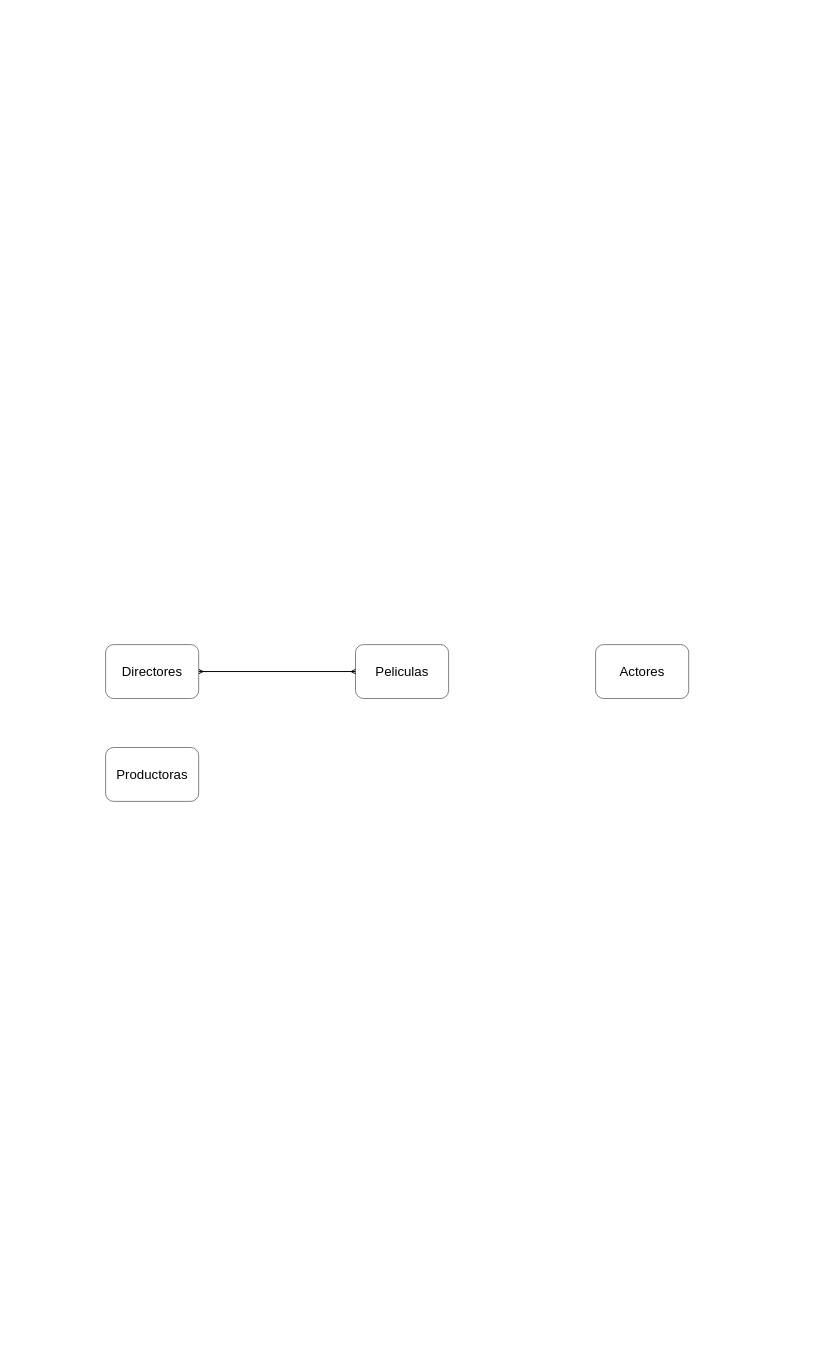
Earlier version of the draw.io diagram Diagrama sin título.drawio (EmanuelRigo/pre-entrega-1-sql-coderhouse). Source tidied: cells renumbered, new cells numbered last; positions are measured from the earlier drawing's top-left corner, leaving out a move shared by most shapes. Both pictures are drawn from the tidied source at 49%, with x=0, y=0 at pixel (105, 644).
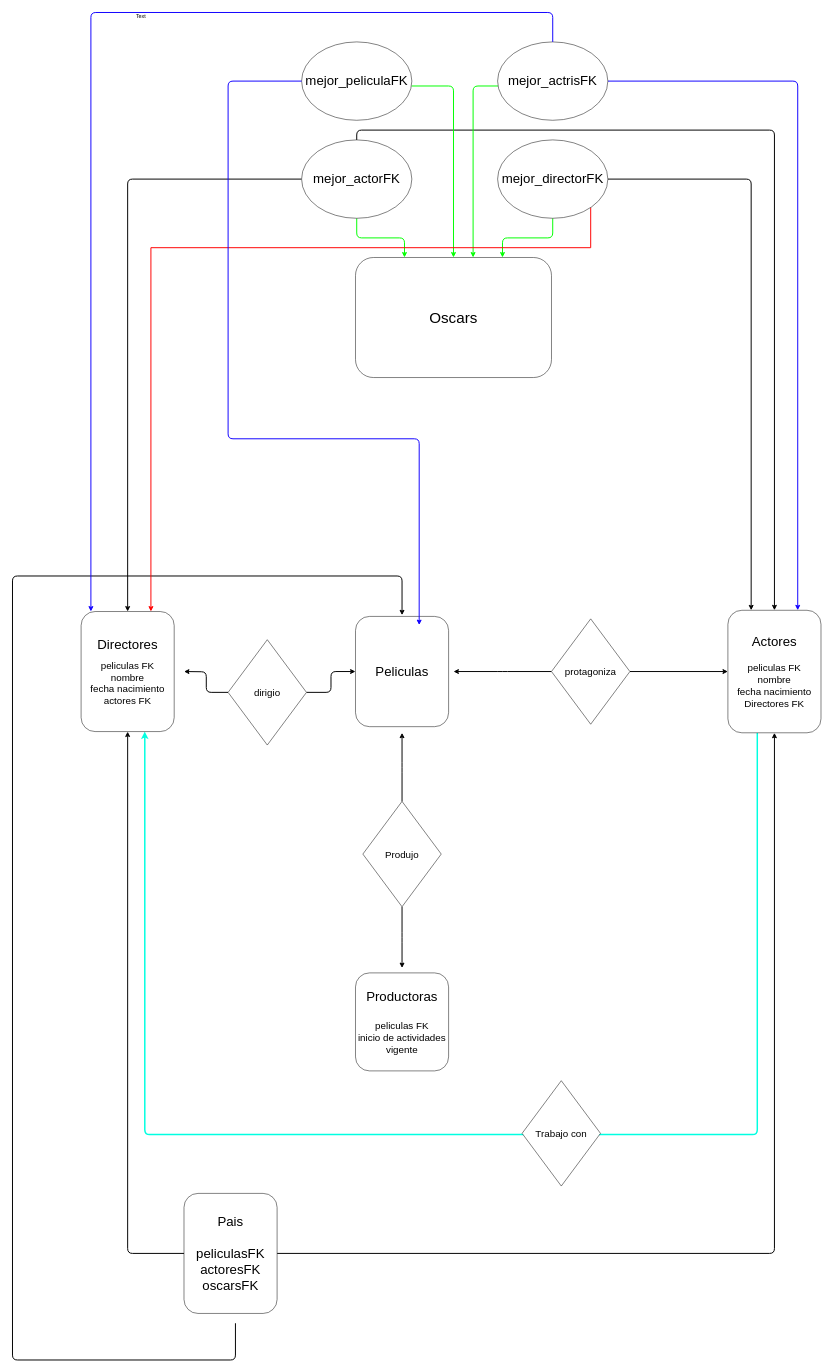
After the change.

Commit message:
creando diagrama

Change to the diagram source:
```diff
@@
     <mxCell id="2" value="&lt;font style=&quot;font-size: 27px;&quot;&gt;Peliculas&lt;/font&gt;" style="rounded=1;whiteSpace=wrap;html=1;" parent="1" vertex="1">
-      <mxGeometry x="510" width="190" height="110" as="geometry" />
+      <mxGeometry x="510" y="-57.5" width="190" height="225" as="geometry" />
     </mxCell>
+    <mxCell id="7" style="edgeStyle=orthogonalEdgeStyle;rounded=1;jettySize=auto;html=1;strokeColor=#00ffe1;strokeWidth=3;curved=0;" parent="1" edge="1" source="3" target="5">
+      <mxGeometry relative="1" as="geometry">
+        <Array as="points">
+          <mxPoint x="1330" y="1000" />
+          <mxPoint x="80" y="1000" />
+        </Array>
+      </mxGeometry>
+    </mxCell>
-    <mxCell id="3" value="&lt;span style=&quot;font-size: 27px;&quot;&gt;Actores&lt;/span&gt;" style="rounded=1;whiteSpace=wrap;html=1;" parent="1" vertex="1">
-      <mxGeometry x="1000" width="190" height="110" as="geometry" />
+    <mxCell id="3" value="&lt;span style=&quot;font-size: 27px;&quot;&gt;Actores&lt;/span&gt;&lt;div style=&quot;font-size: 20px;&quot;&gt;&lt;span style=&quot;&quot;&gt;&lt;br&gt;&lt;/span&gt;&lt;/div&gt;&lt;div style=&quot;font-size: 20px;&quot;&gt;peliculas FK&lt;/div&gt;&lt;div style=&quot;font-size: 20px;&quot;&gt;nombre&lt;/div&gt;&lt;div style=&quot;font-size: 20px;&quot;&gt;fecha nacimiento&lt;/div&gt;&lt;div style=&quot;font-size: 20px;&quot;&gt;Directores FK&lt;/div&gt;" style="rounded=1;whiteSpace=wrap;html=1;" parent="1" vertex="1">
+      <mxGeometry x="1270" y="-70" width="190" height="250" as="geometry" />
     </mxCell>
-    <mxCell id="4" style="edgeStyle=orthogonalEdgeStyle;rounded=0;jettySize=auto;html=1;entryX=0;entryY=0.5;entryDx=0;entryDy=0;endArrow=ERmany;endFill=0;strokeWidth=2;startArrow=ERmany;startFill=0;" parent="1" edge="1" source="5" target="2">
-      <mxGeometry relative="1" as="geometry" />
-    </mxCell>
-    <mxCell id="5" value="&lt;font style=&quot;font-size: 27px;&quot;&gt;Directores&lt;/font&gt;" style="rounded=1;whiteSpace=wrap;html=1;" parent="1" vertex="1">
-      <mxGeometry width="190" height="110" as="geometry" />
+    <mxCell id="5" value="&lt;font style=&quot;font-size: 27px;&quot;&gt;Directores&lt;/font&gt;&lt;div&gt;&lt;br&gt;&lt;/div&gt;&lt;div style=&quot;font-size: 20px;&quot;&gt;&lt;div&gt;&lt;font style=&quot;font-size: 20px;&quot;&gt;peliculas FK&lt;/font&gt;&lt;/div&gt;&lt;div&gt;&lt;span style=&quot;&quot;&gt;nombre&lt;/span&gt;&lt;/div&gt;&lt;div&gt;&lt;span style=&quot;&quot;&gt;fecha nacimiento&lt;/span&gt;&lt;/div&gt;&lt;div&gt;&lt;span style=&quot;&quot;&gt;actores FK&lt;/span&gt;&lt;/div&gt;&lt;/div&gt;" style="rounded=1;whiteSpace=wrap;html=1;" parent="1" vertex="1">
+      <mxGeometry x="-50" y="-67.5" width="190" height="245" as="geometry" />
     </mxCell>
-    <mxCell id="6" value="&lt;font style=&quot;font-size: 27px;&quot;&gt;Productoras&lt;/font&gt;" style="rounded=1;whiteSpace=wrap;html=1;" parent="1" vertex="1">
-      <mxGeometry y="210" width="190" height="110" as="geometry" />
+    <mxCell id="6" value="&lt;font style=&quot;font-size: 27px;&quot;&gt;Productoras&lt;/font&gt;&lt;div&gt;&lt;font style=&quot;font-size: 27px;&quot;&gt;&lt;br&gt;&lt;/font&gt;&lt;/div&gt;&lt;div style=&quot;font-size: 20px;&quot;&gt;peliculas FK&lt;/div&gt;&lt;div style=&quot;font-size: 20px;&quot;&gt;inicio de actividades&lt;/div&gt;&lt;div style=&quot;font-size: 20px;&quot;&gt;vigente&lt;/div&gt;" style="rounded=1;whiteSpace=wrap;html=1;" parent="1" vertex="1">
+      <mxGeometry x="510" y="670" width="190" height="200" as="geometry" />
     </mxCell>
+    <mxCell id="8" style="edgeStyle=orthogonalEdgeStyle;rounded=0;orthogonalLoop=1;jettySize=auto;html=1;exitX=0.5;exitY=1;exitDx=0;exitDy=0;" parent="1" edge="1" source="5" target="5">
+      <mxGeometry relative="1" as="geometry" />
+    </mxCell>
+    <mxCell id="9" style="edgeStyle=orthogonalEdgeStyle;rounded=1;jettySize=auto;html=1;entryX=0;entryY=0.5;entryDx=0;entryDy=0;strokeWidth=2;curved=0;" parent="1" edge="1" source="11" target="3">
+      <mxGeometry relative="1" as="geometry" />
+    </mxCell>
+    <mxCell id="10" style="edgeStyle=orthogonalEdgeStyle;rounded=1;jettySize=auto;html=1;strokeWidth=2;curved=0;" parent="1" edge="1" source="11">
+      <mxGeometry relative="1" as="geometry">
+        <mxPoint x="710" y="55" as="targetPoint" />
+      </mxGeometry>
+    </mxCell>
+    <mxCell id="11" value="&lt;span style=&quot;font-size: 20px;&quot;&gt;protagoniza&lt;/span&gt;" style="rhombus;whiteSpace=wrap;html=1;" parent="1" vertex="1">
+      <mxGeometry x="910" y="-52.5" width="160" height="215" as="geometry" />
+    </mxCell>
+    <mxCell id="12" style="edgeStyle=orthogonalEdgeStyle;rounded=1;jettySize=auto;html=1;strokeWidth=2;curved=0;" parent="1" edge="1" source="14">
+      <mxGeometry relative="1" as="geometry">
+        <mxPoint x="605" y="660" as="targetPoint" />
+      </mxGeometry>
+    </mxCell>
+    <mxCell id="13" style="edgeStyle=orthogonalEdgeStyle;rounded=1;jettySize=auto;html=1;strokeWidth=2;curved=0;" parent="1" edge="1" source="14">
+      <mxGeometry relative="1" as="geometry">
+        <mxPoint x="605" y="180" as="targetPoint" />
+      </mxGeometry>
+    </mxCell>
+    <mxCell id="14" value="&lt;span style=&quot;font-size: 20px;&quot;&gt;Produjo&lt;/span&gt;" style="rhombus;whiteSpace=wrap;html=1;" parent="1" vertex="1">
+      <mxGeometry x="525" y="320" width="160" height="215" as="geometry" />
+    </mxCell>
+    <mxCell id="15" style="edgeStyle=orthogonalEdgeStyle;rounded=1;jettySize=auto;html=1;entryX=0;entryY=0.5;entryDx=0;entryDy=0;strokeWidth=2;curved=0;" parent="1" edge="1" source="17" target="2">
+      <mxGeometry relative="1" as="geometry" />
+    </mxCell>
+    <mxCell id="16" style="edgeStyle=orthogonalEdgeStyle;rounded=1;jettySize=auto;html=1;strokeWidth=2;curved=0;" parent="1" edge="1" source="17">
+      <mxGeometry relative="1" as="geometry">
+        <mxPoint x="160" y="55" as="targetPoint" />
+      </mxGeometry>
+    </mxCell>
+    <mxCell id="17" value="&lt;span style=&quot;font-size: 20px;&quot;&gt;dirigio&lt;/span&gt;" style="rhombus;whiteSpace=wrap;html=1;" parent="1" vertex="1">
+      <mxGeometry x="250" y="-10" width="160" height="215" as="geometry" />
+    </mxCell>
+    <mxCell id="18" style="edgeStyle=orthogonalEdgeStyle;rounded=1;jettySize=auto;html=1;strokeWidth=2;curved=0;" parent="1" edge="1" source="21" target="5">
+      <mxGeometry relative="1" as="geometry" />
+    </mxCell>
+    <mxCell id="19" style="edgeStyle=orthogonalEdgeStyle;rounded=1;orthogonalLoop=1;jettySize=auto;html=1;strokeWidth=2;curved=0;" parent="1" edge="1">
+      <mxGeometry relative="1" as="geometry">
+        <mxPoint x="265" y="1385" as="sourcePoint" />
+        <mxPoint x="605" y="-60" as="targetPoint" />
+        <Array as="points">
+          <mxPoint x="265" y="1460" />
+          <mxPoint x="-190" y="1460" />
+          <mxPoint x="-190" y="-140" />
+          <mxPoint x="605" y="-140" />
+        </Array>
+      </mxGeometry>
+    </mxCell>
+    <mxCell id="20" style="edgeStyle=orthogonalEdgeStyle;rounded=1;jettySize=auto;html=1;strokeWidth=2;curved=0;" parent="1" edge="1" source="21" target="3">
+      <mxGeometry relative="1" as="geometry" />
+    </mxCell>
+    <mxCell id="21" value="&lt;span style=&quot;font-size: 27px;&quot;&gt;Pais&lt;/span&gt;&lt;div&gt;&lt;span style=&quot;font-size: 27px;&quot;&gt;&lt;br&gt;&lt;/span&gt;&lt;/div&gt;&lt;div&gt;&lt;span style=&quot;font-size: 27px;&quot;&gt;peliculasFK&lt;/span&gt;&lt;/div&gt;&lt;div&gt;&lt;span style=&quot;font-size: 27px;&quot;&gt;actoresFK&lt;/span&gt;&lt;/div&gt;&lt;div&gt;&lt;span style=&quot;font-size: 27px;&quot;&gt;oscarsFK&lt;/span&gt;&lt;/div&gt;" style="rounded=1;whiteSpace=wrap;html=1;" parent="1" vertex="1">
+      <mxGeometry x="160" y="1120" width="190" height="245" as="geometry" />
+    </mxCell>
+    <mxCell id="22" style="edgeStyle=orthogonalEdgeStyle;rounded=0;orthogonalLoop=1;jettySize=auto;html=1;exitX=0.5;exitY=1;exitDx=0;exitDy=0;" parent="1" edge="1" source="21" target="21">
+      <mxGeometry relative="1" as="geometry" />
+    </mxCell>
+    <mxCell id="23" value="&lt;font style=&quot;font-size: 31px;&quot;&gt;Oscars&lt;/font&gt;" style="rounded=1;whiteSpace=wrap;html=1;" parent="1" vertex="1">
+      <mxGeometry x="510" y="-790" width="400" height="245" as="geometry" />
+    </mxCell>
+    <mxCell id="24" style="edgeStyle=orthogonalEdgeStyle;rounded=0;orthogonalLoop=1;jettySize=auto;html=1;exitX=0.5;exitY=1;exitDx=0;exitDy=0;" parent="1" edge="1" source="23" target="23">
+      <mxGeometry relative="1" as="geometry" />
+    </mxCell>
+    <mxCell id="25" style="edgeStyle=orthogonalEdgeStyle;rounded=1;jettySize=auto;html=1;entryX=0.25;entryY=0;entryDx=0;entryDy=0;strokeColor=#00FF00;strokeWidth=2;curved=0;" parent="1" edge="1" source="28" target="23">
+      <mxGeometry relative="1" as="geometry" />
+    </mxCell>
+    <mxCell id="26" style="edgeStyle=orthogonalEdgeStyle;rounded=1;jettySize=auto;html=1;strokeWidth=2;curved=0;" parent="1" edge="1" source="28" target="3">
+      <mxGeometry relative="1" as="geometry">
+        <Array as="points">
+          <mxPoint x="513" y="-1050" />
+          <mxPoint x="1365" y="-1050" />
+        </Array>
+      </mxGeometry>
+    </mxCell>
+    <mxCell id="27" style="edgeStyle=orthogonalEdgeStyle;rounded=1;jettySize=auto;html=1;strokeWidth=2;curved=0;" parent="1" edge="1" source="28" target="5">
+      <mxGeometry relative="1" as="geometry" />
+    </mxCell>
+    <mxCell id="28" value="&lt;span style=&quot;font-size: 27px;&quot;&gt;mejor_actorFK&lt;/span&gt;" style="ellipse;whiteSpace=wrap;html=1;" parent="1" vertex="1">
+      <mxGeometry x="400" y="-1030" width="225" height="160" as="geometry" />
+    </mxCell>
+    <mxCell id="29" style="edgeStyle=orthogonalEdgeStyle;rounded=1;jettySize=auto;html=1;fillColor=#dae8fc;strokeColor=#00FF00;strokeWidth=2;curved=0;" parent="1" edge="1" source="31" target="23">
+      <mxGeometry relative="1" as="geometry">
+        <Array as="points">
+          <mxPoint x="750" y="-1140" />
+        </Array>
+      </mxGeometry>
+    </mxCell>
+    <mxCell id="30" style="edgeStyle=orthogonalEdgeStyle;rounded=1;jettySize=auto;html=1;entryX=0.75;entryY=0;entryDx=0;entryDy=0;fillColor=#f8cecc;strokeColor=#1100ff;strokeWidth=2;curved=0;" parent="1" edge="1" source="31" target="3">
+      <mxGeometry relative="1" as="geometry" />
+    </mxCell>
+    <mxCell id="31" value="&lt;span style=&quot;font-size: 27px;&quot;&gt;mejor_actrisFK&lt;/span&gt;" style="ellipse;whiteSpace=wrap;html=1;" parent="1" vertex="1">
+      <mxGeometry x="800" y="-1230" width="225" height="160" as="geometry" />
+    </mxCell>
+    <mxCell id="32" style="edgeStyle=orthogonalEdgeStyle;rounded=1;jettySize=auto;html=1;strokeColor=#00FF00;strokeWidth=2;curved=0;" parent="1" edge="1" source="33" target="23">
+      <mxGeometry relative="1" as="geometry">
+        <Array as="points">
+          <mxPoint x="710" y="-1140" />
+        </Array>
+      </mxGeometry>
+    </mxCell>
+    <mxCell id="33" value="&lt;span style=&quot;font-size: 27px;&quot;&gt;mejor_peliculaFK&lt;/span&gt;" style="ellipse;whiteSpace=wrap;html=1;" parent="1" vertex="1">
+      <mxGeometry x="400" y="-1230" width="225" height="160" as="geometry" />
+    </mxCell>
+    <mxCell id="34" style="edgeStyle=orthogonalEdgeStyle;rounded=1;jettySize=auto;html=1;entryX=0.75;entryY=0;entryDx=0;entryDy=0;strokeColor=#00FF00;strokeWidth=2;curved=0;" parent="1" edge="1" source="37" target="23">
+      <mxGeometry relative="1" as="geometry" />
+    </mxCell>
+    <mxCell id="35" style="edgeStyle=orthogonalEdgeStyle;rounded=0;jettySize=auto;html=1;entryX=0.75;entryY=0;entryDx=0;entryDy=0;strokeColor=#ff0000;strokeWidth=2;" parent="1" edge="1" source="37" target="5">
+      <mxGeometry relative="1" as="geometry">
+        <Array as="points">
+          <mxPoint x="990" y="-810" />
+          <mxPoint x="93" y="-810" />
+        </Array>
+      </mxGeometry>
+    </mxCell>
+    <mxCell id="36" style="edgeStyle=orthogonalEdgeStyle;rounded=1;jettySize=auto;html=1;entryX=0.25;entryY=0;entryDx=0;entryDy=0;strokeWidth=2;curved=0;" parent="1" edge="1" source="37" target="3">
+      <mxGeometry relative="1" as="geometry" />
+    </mxCell>
+    <mxCell id="37" value="&lt;span style=&quot;font-size: 27px;&quot;&gt;mejor_directorFK&lt;/span&gt;" style="ellipse;whiteSpace=wrap;html=1;" parent="1" vertex="1">
+      <mxGeometry x="800" y="-1030" width="225" height="160" as="geometry" />
+    </mxCell>
+    <mxCell id="38" style="edgeStyle=orthogonalEdgeStyle;rounded=1;jettySize=auto;html=1;entryX=0.684;entryY=0.078;entryDx=0;entryDy=0;entryPerimeter=0;strokeColor=#1100ff;strokeWidth=2;curved=0;" parent="1" edge="1" source="33" target="2">
+      <mxGeometry relative="1" as="geometry">
+        <Array as="points">
+          <mxPoint x="250" y="-1150" />
+          <mxPoint x="250" y="-420" />
+          <mxPoint x="640" y="-420" />
+        </Array>
+      </mxGeometry>
+    </mxCell>
+    <mxCell id="39" style="edgeStyle=orthogonalEdgeStyle;rounded=1;jettySize=auto;html=1;strokeColor=#1100ff;strokeWidth=2;curved=0;" parent="1" edge="1" source="31" target="5">
+      <mxGeometry relative="1" as="geometry">
+        <Array as="points">
+          <mxPoint x="913" y="-1290" />
+          <mxPoint x="-30" y="-1290" />
+        </Array>
+      </mxGeometry>
+    </mxCell>
+    <mxCell id="40" value="Text" style="edgeLabel;html=1;align=center;verticalAlign=middle;" parent="39" vertex="1">
+      <mxGeometry x="-0.19" y="8" relative="1" as="geometry">
+        <mxPoint y="-1" as="offset" />
+      </mxGeometry>
+    </mxCell>
+    <mxCell id="41" value="&lt;span style=&quot;font-size: 20px;&quot;&gt;Trabajo con&lt;/span&gt;" style="rhombus;whiteSpace=wrap;html=1;" parent="1" vertex="1">
+      <mxGeometry x="850" y="890" width="160" height="215" as="geometry" />
+    </mxCell>
```
